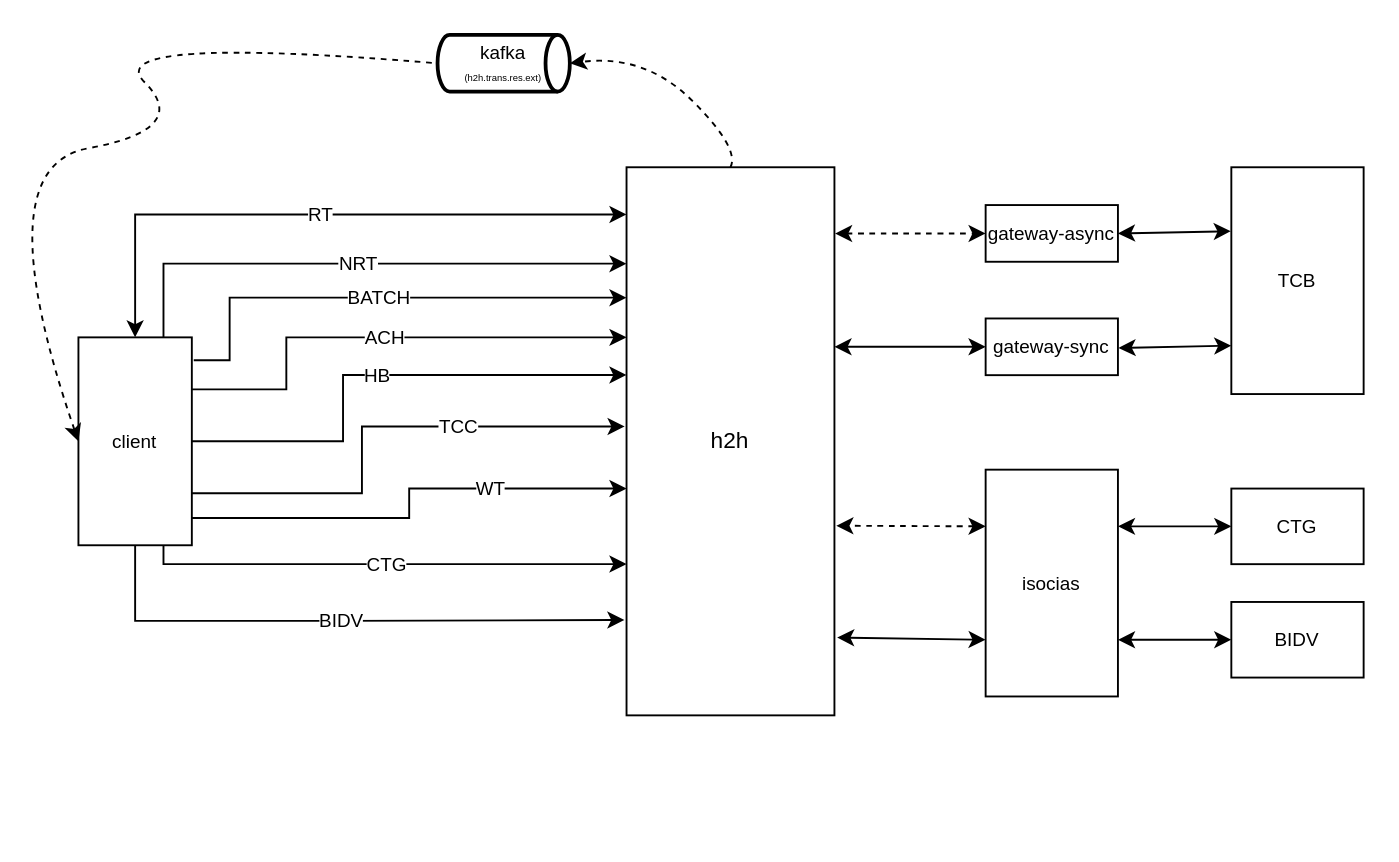
Earlier version of the draw.io diagram page "Host to host" (1 of 3) of h2h.drawio (khuynhthanhchiluyen/draw.io). Source tidied: cells renumbered, new cells numbered last; positions are measured from the earlier drawing's top-left corner, leaving out a move shared by most shapes. Both pictures are drawn from the tidied source at 189%, with x=0, y=0 at pixel (-17, 34).
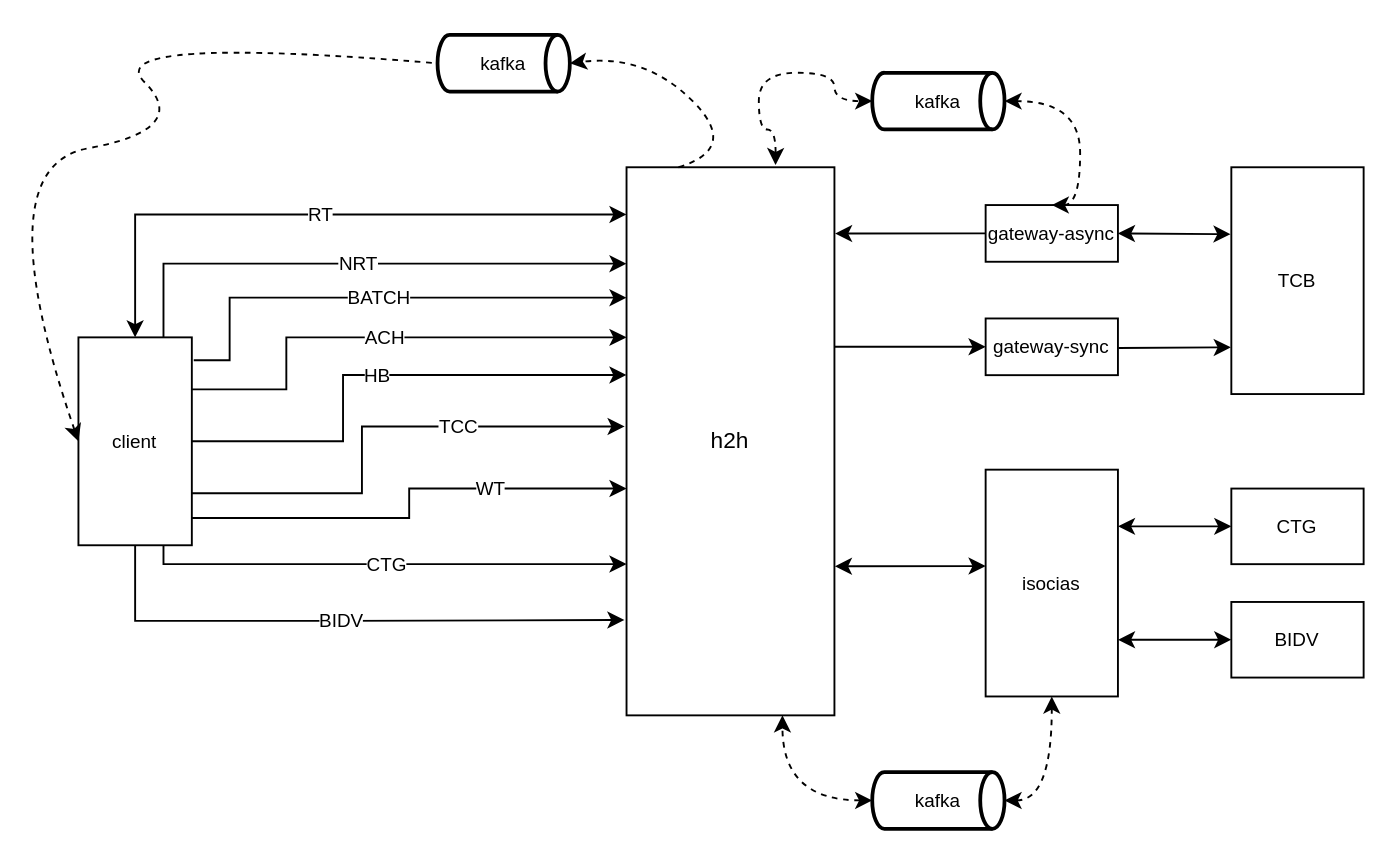
The same page after the edit.

Unchanged cells that the change refers to:
```xml
<mxCell id="2" value="h2h" style="rounded=0;whiteSpace=wrap;html=1;" parent="1" vertex="1">
  <mxGeometry x="340" y="70" width="110" height="290" as="geometry" />
</mxCell>
<mxCell id="3" value="gateway-async" style="rounded=0;whiteSpace=wrap;html=1;fontSize=10;" parent="1" vertex="1">
  <mxGeometry x="530" y="90" width="70" height="30" as="geometry" />
</mxCell>
<mxCell id="4" value="gateway-sync" style="rounded=0;whiteSpace=wrap;html=1;fontSize=10;" parent="1" vertex="1">
  <mxGeometry x="530" y="150" width="70" height="30" as="geometry" />
</mxCell>
<mxCell id="17" value="isocias" style="rounded=0;whiteSpace=wrap;html=1;fontSize=10;" parent="1" vertex="1">
  <mxGeometry x="530" y="230" width="70" height="120" as="geometry" />
</mxCell>
<mxCell id="18" value="TCB" style="rounded=0;whiteSpace=wrap;html=1;fontSize=10;strokeWidth=1;" parent="1" vertex="1">
  <mxGeometry x="660" y="70" width="70" height="120" as="geometry" />
</mxCell>
```

What changed in the source:
```diff
@@
-    <mxCell id="5" style="endArrow=classic;startArrow=classic;html=1;rounded=0;fontSize=10;exitX=1;exitY=0.5;exitDx=0;exitDy=0;entryX=0;entryY=0.5;entryDx=0;entryDy=0;" parent="1" edge="1" target="4">
+    <mxCell id="5" style="endArrow=classic;startArrow=none;html=1;rounded=0;fontSize=10;exitX=1;exitY=0.5;exitDx=0;exitDy=0;entryX=0;entryY=0.5;entryDx=0;entryDy=0;startFill=0;" parent="1" edge="1" target="4">
       <mxGeometry relative="1" as="geometry">
         <mxPoint x="450" y="165" as="sourcePoint" />
       </mxGeometry>
     </mxCell>
-    <mxCell id="6" value="kafka&lt;br&gt;&lt;font style=&quot;font-size: 5px&quot;&gt;(h2h.trans.res.ext)&lt;/font&gt;" style="strokeWidth=2;html=1;shape=mxgraph.flowchart.direct_data;whiteSpace=wrap;fontSize=10;" parent="1" vertex="1">
+    <mxCell id="6" value="kafka" style="strokeWidth=2;html=1;shape=mxgraph.flowchart.direct_data;whiteSpace=wrap;fontSize=10;" parent="1" vertex="1">
       <mxGeometry x="240" width="70" height="30" as="geometry" />
     </mxCell>
@@
-    <mxCell id="15" style="curved=1;endArrow=classic;html=1;rounded=0;dashed=1;fontSize=10;exitX=0.5;exitY=0;exitDx=0;exitDy=0;entryX=1;entryY=0.5;entryDx=0;entryDy=0;entryPerimeter=0;" parent="1" edge="1" source="2" target="6">
+    <mxCell id="15" style="curved=1;endArrow=classic;html=1;rounded=0;dashed=1;fontSize=10;exitX=0.25;exitY=0;exitDx=0;exitDy=0;entryX=1;entryY=0.5;entryDx=0;entryDy=0;entryPerimeter=0;" parent="1" edge="1" source="2" target="6">
       <mxGeometry relative="1" as="geometry">
         <Array as="points">
           <mxPoint x="400" y="60" />
           <mxPoint x="350" y="10" />
         </Array>
       </mxGeometry>
     </mxCell>
-    <mxCell id="16" style="endArrow=classic;startArrow=classic;html=1;rounded=0;dashed=1;fontSize=5;curved=1;entryX=0;entryY=0.5;entryDx=0;entryDy=0;exitX=1.003;exitY=0.121;exitDx=0;exitDy=0;exitPerimeter=0;" parent="1" edge="1" source="2" target="3">
+    <mxCell id="16" style="endArrow=none;startArrow=classic;html=1;rounded=0;fontSize=5;curved=1;entryX=0;entryY=0.5;entryDx=0;entryDy=0;exitX=1.003;exitY=0.121;exitDx=0;exitDy=0;exitPerimeter=0;endFill=0;" parent="1" edge="1" source="2" target="3">
       <mxGeometry relative="1" as="geometry" />
     </mxCell>
@@
-    <mxCell id="19" style="endArrow=classic;startArrow=classic;html=1;rounded=0;fontSize=10;curved=1;exitX=1.013;exitY=0.858;exitDx=0;exitDy=0;exitPerimeter=0;entryX=0;entryY=0.75;entryDx=0;entryDy=0;" parent="1" edge="1" source="2" target="17">
-      <mxGeometry relative="1" as="geometry" />
+    <mxCell id="19" style="endArrow=classic;startArrow=classic;html=1;rounded=0;fontSize=10;curved=1;exitX=1.002;exitY=0.728;exitDx=0;exitDy=0;exitPerimeter=0;" parent="1" edge="1" source="2">
+      <mxGeometry relative="1" as="geometry">
+        <mxPoint x="530" y="281" as="targetPoint" />
+      </mxGeometry>
     </mxCell>
@@
-    <mxCell id="22" style="endArrow=classic;startArrow=classic;html=1;rounded=0;dashed=1;fontSize=10;curved=1;exitX=0;exitY=0.25;exitDx=0;exitDy=0;entryX=1.009;entryY=0.654;entryDx=0;entryDy=0;entryPerimeter=0;" parent="1" edge="1" source="17" target="2">
-      <mxGeometry relative="1" as="geometry" />
-    </mxCell>
@@
-    <mxCell id="25" style="endArrow=classic;startArrow=classic;html=1;rounded=0;fontSize=10;exitX=1;exitY=0.5;exitDx=0;exitDy=0;entryX=-0.004;entryY=0.282;entryDx=0;entryDy=0;entryPerimeter=0;" parent="1" edge="1" source="3" target="18">
+    <mxCell id="25" style="endArrow=classic;startArrow=classic;html=1;rounded=0;fontSize=10;exitX=1;exitY=0.5;exitDx=0;exitDy=0;entryX=-0.006;entryY=0.295;entryDx=0;entryDy=0;entryPerimeter=0;" parent="1" edge="1" source="3" target="18">
       <mxGeometry relative="1" as="geometry" />
     </mxCell>
-    <mxCell id="26" style="endArrow=classic;startArrow=classic;html=1;rounded=0;fontSize=10;exitX=1;exitY=0.5;exitDx=0;exitDy=0;entryX=-0.004;entryY=0.282;entryDx=0;entryDy=0;entryPerimeter=0;" parent="1" edge="1">
+    <mxCell id="26" style="endArrow=classic;startArrow=none;html=1;rounded=0;fontSize=10;exitX=1;exitY=0.5;exitDx=0;exitDy=0;entryX=-0.004;entryY=0.794;entryDx=0;entryDy=0;entryPerimeter=0;startFill=0;" parent="1" edge="1" target="18">
       <mxGeometry relative="1" as="geometry">
         <mxPoint x="600.3" y="165.6" as="sourcePoint" />
-        <mxPoint x="660" y="164.4" as="targetPoint" />
       </mxGeometry>
     </mxCell>
@@
+    <mxCell id="30" value="kafka" style="strokeWidth=2;html=1;shape=mxgraph.flowchart.direct_data;whiteSpace=wrap;fontSize=10;" parent="1" vertex="1">
+      <mxGeometry x="470" y="390" width="70" height="30" as="geometry" />
+    </mxCell>
+    <mxCell id="31" value="kafka" style="strokeWidth=2;html=1;shape=mxgraph.flowchart.direct_data;whiteSpace=wrap;fontSize=10;" parent="1" vertex="1">
+      <mxGeometry x="470" y="20" width="70" height="30" as="geometry" />
+    </mxCell>
+    <mxCell id="32" style="endArrow=classic;html=1;rounded=0;fontSize=10;entryX=0;entryY=0.5;entryDx=0;entryDy=0;entryPerimeter=0;exitX=0.717;exitY=-0.004;exitDx=0;exitDy=0;exitPerimeter=0;edgeStyle=orthogonalEdgeStyle;curved=1;dashed=1;startArrow=classic;startFill=1;" parent="1" edge="1" source="2" target="31">
+      <mxGeometry relative="1" as="geometry">
+        <Array as="points">
+          <mxPoint x="419" y="50" />
+          <mxPoint x="410" y="50" />
+          <mxPoint x="410" y="20" />
+          <mxPoint x="450" y="20" />
+          <mxPoint x="450" y="35" />
+        </Array>
+      </mxGeometry>
+    </mxCell>
+    <mxCell id="33" style="endArrow=classic;startArrow=classic;html=1;rounded=0;dashed=1;fontSize=10;curved=1;exitX=0.5;exitY=0;exitDx=0;exitDy=0;entryX=1;entryY=0.5;entryDx=0;entryDy=0;entryPerimeter=0;edgeStyle=orthogonalEdgeStyle;" parent="1" edge="1" source="3" target="31">
+      <mxGeometry relative="1" as="geometry">
+        <Array as="points">
+          <mxPoint x="580" y="90" />
+          <mxPoint x="580" y="35" />
+        </Array>
+      </mxGeometry>
+    </mxCell>
+    <mxCell id="34" style="endArrow=classic;html=1;rounded=0;dashed=1;fontSize=10;curved=1;exitX=1;exitY=0.5;exitDx=0;exitDy=0;exitPerimeter=0;entryX=0.5;entryY=1;entryDx=0;entryDy=0;edgeStyle=orthogonalEdgeStyle;startArrow=classic;startFill=1;" parent="1" edge="1" source="30" target="17">
+      <mxGeometry relative="1" as="geometry" />
+    </mxCell>
+    <mxCell id="35" style="endArrow=classic;html=1;rounded=0;dashed=1;fontSize=10;curved=1;entryX=0.75;entryY=1;entryDx=0;entryDy=0;exitX=0;exitY=0.5;exitDx=0;exitDy=0;exitPerimeter=0;edgeStyle=orthogonalEdgeStyle;endFill=1;startArrow=classic;startFill=1;" parent="1" edge="1" source="30" target="2">
+      <mxGeometry relative="1" as="geometry" />
+    </mxCell>
```
